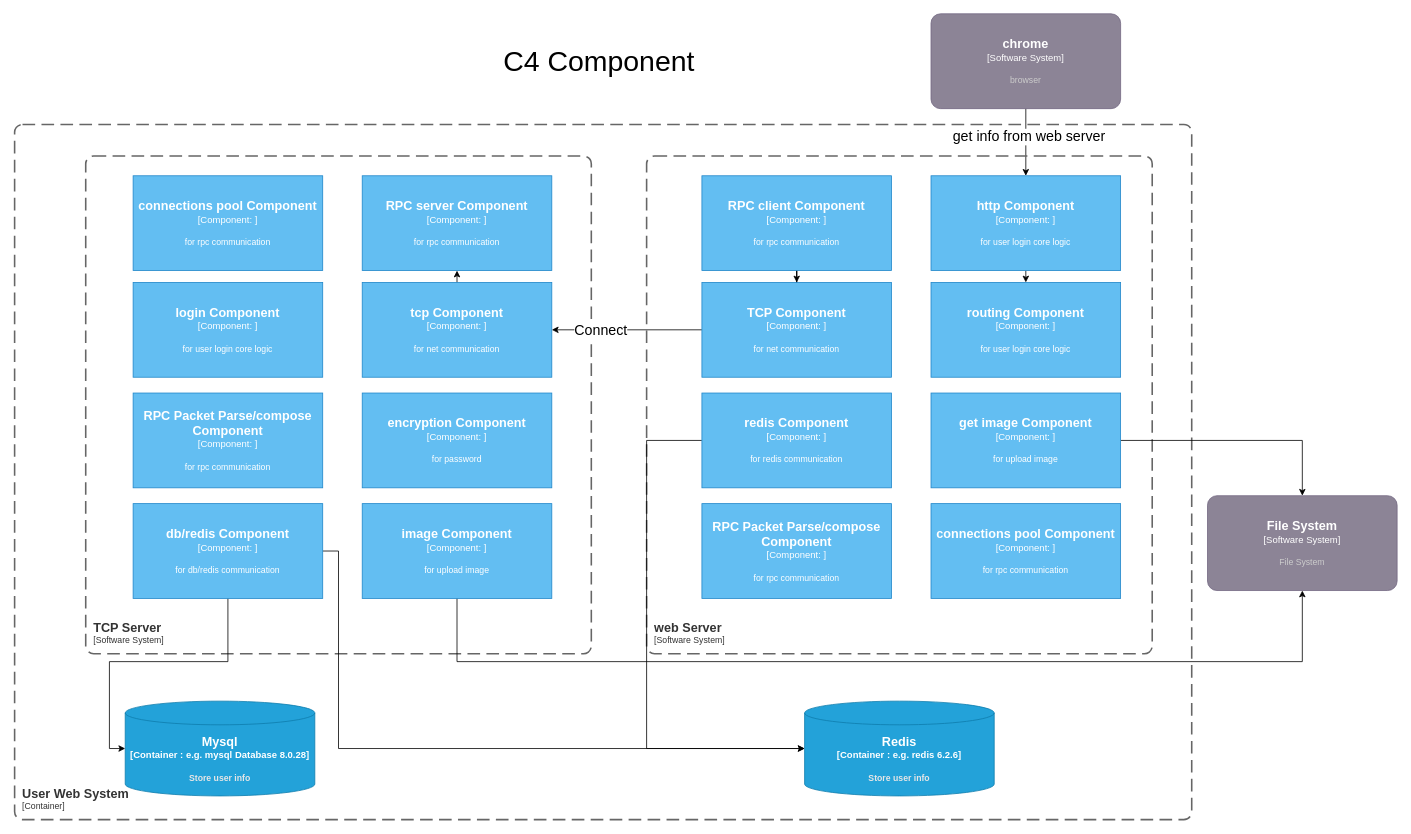
This is network/C4Component.drawio from xiaobaiTech/image, a draw.io file, before an edit. Source tidied: cells renumbered, new cells numbered last; positions are measured from the earlier drawing's top-left corner, leaving out a move shared by most shapes. Both pictures are drawn from the tidied source at 79%, with x=0, y=0 at pixel (14, 13).
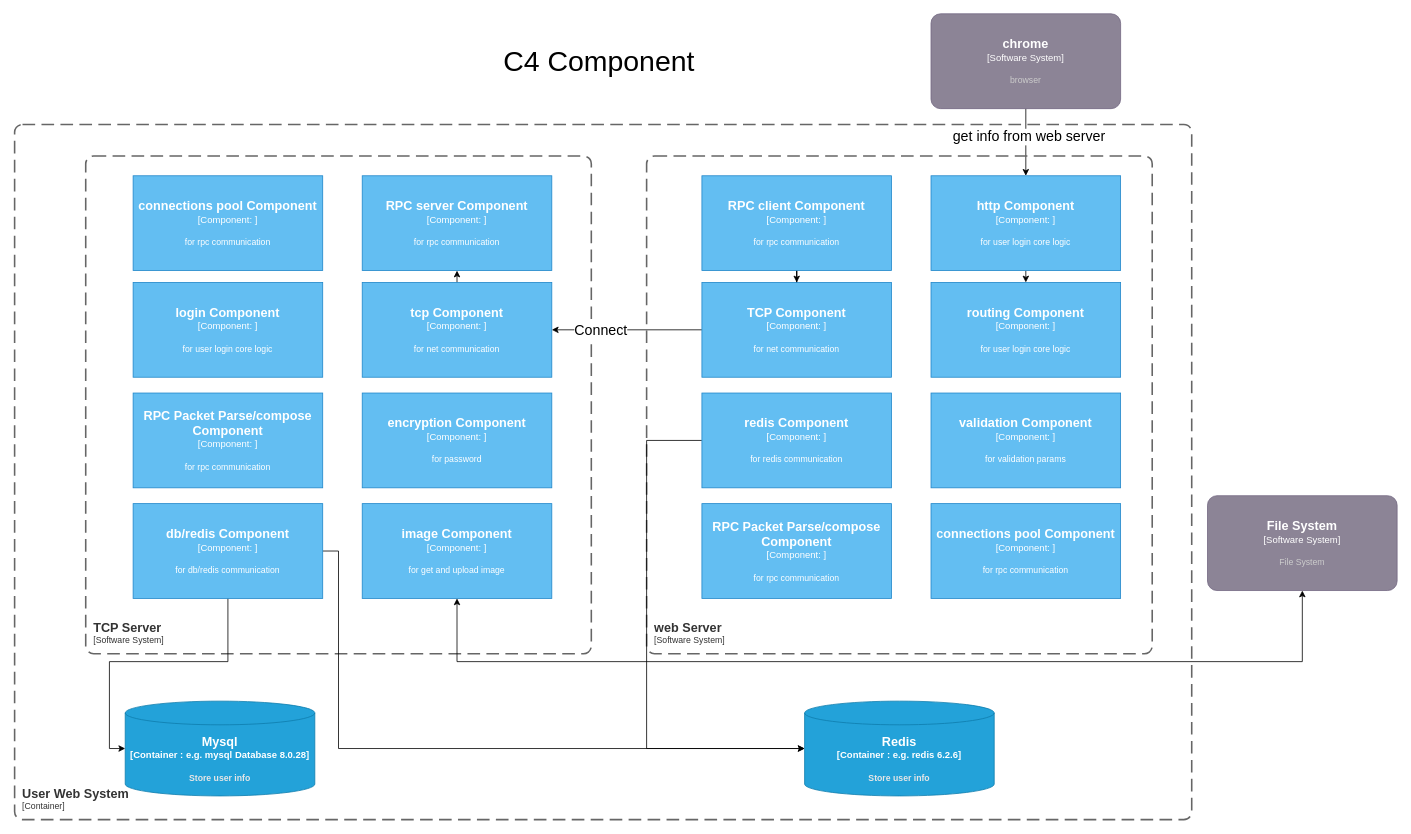
After the change.

The change refers to these unchanged cells:
```xml
<object id="2" label="&lt;font style=&quot;font-size: 16px&quot;&gt;&lt;b&gt;%c4Name%&lt;/b&gt;&lt;/font&gt;&lt;div&gt;[%c4Type%]&lt;/div&gt;&lt;br&gt;&lt;div&gt;&lt;font style=&quot;font-size: 11px&quot;&gt;&lt;font color=&quot;#cccccc&quot;&gt;%c4Description%&lt;/font&gt;&lt;/div&gt;" c4Description="File System" c4Name="File System" c4Type="Software System" placeholders="1">
  <mxCell style="rounded=1;whiteSpace=wrap;html=1;labelBackgroundColor=none;fillColor=#8C8496;fontColor=#ffffff;align=center;arcSize=10;strokeColor=#736782;points=[[0.25,0,0],[0.5,0,0],[0.75,0,0],[1,0.25,0],[1,0.5,0],[1,0.75,0],[0.75,1,0],[0.5,1,0],[0.25,1,0],[0,0.75,0],[0,0.5,0],[0,0.25,0]];" parent="1" vertex="1">
    <mxGeometry x="1510" y="610" width="240" height="120" as="geometry" />
  </mxCell>
</object>
```

Change to the diagram source:
```diff
@@
-    <mxCell id="18" style="edgeStyle=orthogonalEdgeStyle;rounded=0;jettySize=auto;html=1;exitX=0.5;exitY=1;exitDx=0;exitDy=0;exitPerimeter=0;entryX=0.5;entryY=1;entryDx=0;entryDy=0;entryPerimeter=0;fontSize=18;" parent="1" edge="1" source="19" target="2">
+    <mxCell id="18" style="edgeStyle=orthogonalEdgeStyle;rounded=0;jettySize=auto;html=1;exitX=0.5;exitY=1;exitDx=0;exitDy=0;exitPerimeter=0;entryX=0.5;entryY=1;entryDx=0;entryDy=0;entryPerimeter=0;fontSize=18;startArrow=classic;startFill=1;" parent="1" edge="1" source="19" target="2">
       <mxGeometry relative="1" as="geometry">
         <Array as="points">
           <mxPoint x="560" y="820" />
           <mxPoint x="1630" y="820" />
         </Array>
       </mxGeometry>
     </mxCell>
-    <object id="19" label="&lt;font style=&quot;font-size: 16px&quot;&gt;&lt;b&gt;%c4Name%&lt;/b&gt;&lt;/font&gt;&lt;div&gt;[%c4Type%: %c4Technology%]&lt;/div&gt;&lt;br&gt;&lt;div&gt;&lt;font style=&quot;font-size: 11px&quot;&gt;%c4Description%&lt;/font&gt;&lt;/div&gt;" c4Description="for upload image" c4Name="image Component" c4Technology="" c4Type="Component" placeholders="1">
+    <object id="19" label="&lt;font style=&quot;font-size: 16px&quot;&gt;&lt;b&gt;%c4Name%&lt;/b&gt;&lt;/font&gt;&lt;div&gt;[%c4Type%: %c4Technology%]&lt;/div&gt;&lt;br&gt;&lt;div&gt;&lt;font style=&quot;font-size: 11px&quot;&gt;%c4Description%&lt;/font&gt;&lt;/div&gt;" c4Description="for get and upload image" c4Name="image Component" c4Technology="" c4Type="Component" placeholders="1">
       <mxCell style="rounded=1;whiteSpace=wrap;html=1;labelBackgroundColor=none;fillColor=#63BEF2;fontColor=#ffffff;align=center;arcSize=0;strokeColor=#2086C9;points=[[0.25,0,0],[0.5,0,0],[0.75,0,0],[1,0.25,0],[1,0.5,0],[1,0.75,0],[0.75,1,0],[0.5,1,0],[0.25,1,0],[0,0.75,0],[0,0.5,0],[0,0.25,0]];" parent="1" vertex="1">
         <mxGeometry x="440" y="620" width="240" height="120" as="geometry" />
       </mxCell>
     </object>
@@
-    <mxCell id="30" style="edgeStyle=orthogonalEdgeStyle;rounded=0;jettySize=auto;html=1;exitX=1;exitY=0.5;exitDx=0;exitDy=0;exitPerimeter=0;entryX=0.5;entryY=0;entryDx=0;entryDy=0;entryPerimeter=0;fontSize=18;" parent="1" edge="1" source="31" target="2">
-      <mxGeometry relative="1" as="geometry" />
-    </mxCell>
-    <object id="31" label="&lt;font style=&quot;font-size: 16px&quot;&gt;&lt;b&gt;%c4Name%&lt;/b&gt;&lt;/font&gt;&lt;div&gt;[%c4Type%: %c4Technology%]&lt;/div&gt;&lt;br&gt;&lt;div&gt;&lt;font style=&quot;font-size: 11px&quot;&gt;%c4Description%&lt;/font&gt;&lt;/div&gt;" c4Description="for upload image" c4Name="get image Component" c4Technology="" c4Type="Component" placeholders="1">
-      <mxCell style="rounded=1;whiteSpace=wrap;html=1;labelBackgroundColor=none;fillColor=#63BEF2;fontColor=#ffffff;align=center;arcSize=0;strokeColor=#2086C9;points=[[0.25,0,0],[0.5,0,0],[0.75,0,0],[1,0.25,0],[1,0.5,0],[1,0.75,0],[0.75,1,0],[0.5,1,0],[0.25,1,0],[0,0.75,0],[0,0.5,0],[0,0.25,0]];" parent="1" vertex="1">
-        <mxGeometry x="1160" y="480" width="240" height="120" as="geometry" />
-      </mxCell>
-    </object>
@@
+    <object id="31" label="&lt;font style=&quot;font-size: 16px&quot;&gt;&lt;b&gt;%c4Name%&lt;/b&gt;&lt;/font&gt;&lt;div&gt;[%c4Type%: %c4Technology%]&lt;/div&gt;&lt;br&gt;&lt;div&gt;&lt;font style=&quot;font-size: 11px&quot;&gt;%c4Description%&lt;/font&gt;&lt;/div&gt;" c4Description="for validation params" c4Name="validation Component" c4Technology="" c4Type="Component" placeholders="1">
+      <mxCell style="rounded=1;whiteSpace=wrap;html=1;labelBackgroundColor=none;fillColor=#63BEF2;fontColor=#ffffff;align=center;arcSize=0;strokeColor=#2086C9;points=[[0.25,0,0],[0.5,0,0],[0.75,0,0],[1,0.25,0],[1,0.5,0],[1,0.75,0],[0.75,1,0],[0.5,1,0],[0.25,1,0],[0,0.75,0],[0,0.5,0],[0,0.25,0]];" parent="1" vertex="1">
+        <mxGeometry x="1160" y="480" width="240" height="120" as="geometry" />
+      </mxCell>
+    </object>
```
